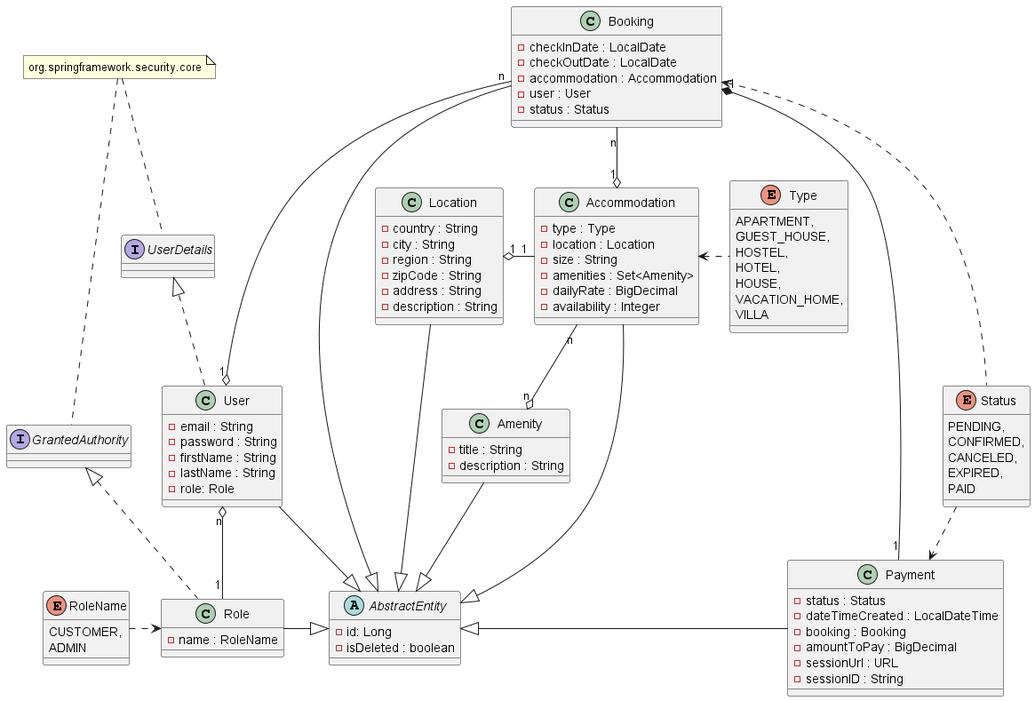
Above: img/diagram-uml.png in yanna-stepanova/AccommodationBookingService (PlantUML), before the change. The source it was exported from:
```plantuml
@startuml

abstract class AbstractEntity {
- id: Long
- isDeleted : boolean
}
interface UserDetails
interface GrantedAuthority

class Accommodation {
- type : Type
- location : Location
- size : String
- amenities : Set<Amenity>
- dailyRate : BigDecimal
- availability : Integer
}

class Location {
- country : String
- city : String
- region : String
- zipCode : String
- address : String
- description : String
}

class Amenity {
- title : String
- description : String
}

class Role {
- name : RoleName
}


class User {
- email : String
- password : String
- firstName : String
- lastName : String
- role: Role
}

class Booking {
- checkInDate : LocalDate
- checkOutDate : LocalDate
- accommodation : Accommodation
- user : User
- status : Status
}

class Payment {
- status : Status
- dateTimeCreated : LocalDateTime
- booking : Booking
- amountToPay : BigDecimal
- sessionUrl : URL
- sessionID : String
}

enum Type {
    APARTMENT,
    GUEST_HOUSE,
    HOSTEL,
    HOTEL,
    HOUSE,
    VACATION_HOME,
    VILLA
}

enum RoleName {
    CUSTOMER,
    ADMIN
}

enum Status {
    PENDING,
    CONFIRMED,
    CANCELED,
    EXPIRED,
    PAID
}

note "org.springframework.security.core" as MyNote
MyNote .. UserDetails
MyNote .. GrantedAuthority

UserDetails <|.. User
GrantedAuthority <|.. Role

Booking --|> AbstractEntity
User -|> AbstractEntity
Role -|> AbstractEntity
Accommodation --|> AbstractEntity
Location --|> AbstractEntity
AbstractEntity <|- Payment
Amenity --|> AbstractEntity

User "n" o-- "1" Role
Booking "n" --o "1" User
Location "1" o- "1" Accommodation
Accommodation "n" --o "n" Amenity
Booking "n" --o "1" Accommodation
Booking "1" *-- "1" Payment

RoleName .> Role
Accommodation <. Type
Booking <. Status
Status ..> Payment

@enduml
```
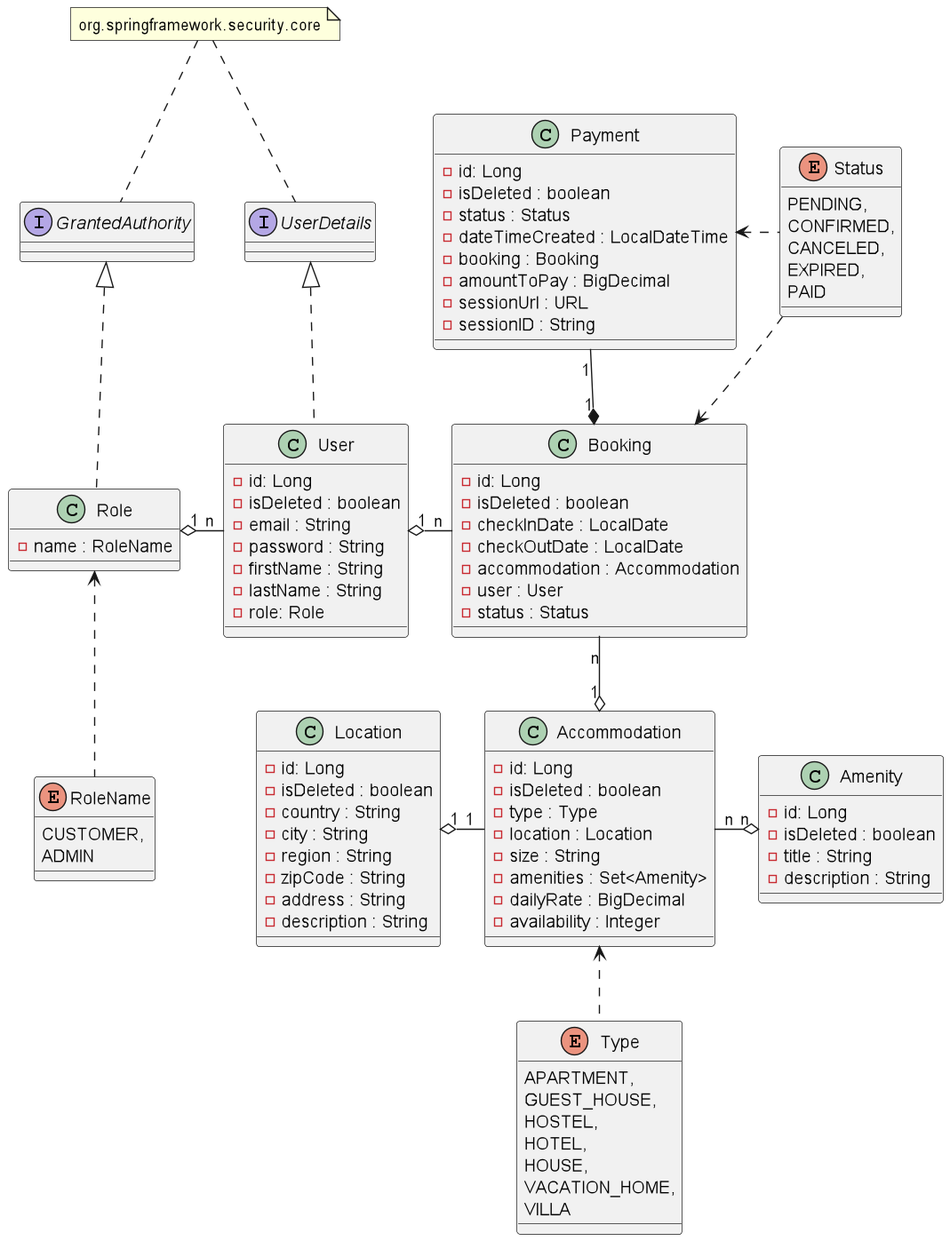
The same diagram one commit later.

Commit message:
checked model and uml-diagram + README.md

The edit, as a diff of the source:
```diff
@@ -1,13 +1,11 @@
 @startuml
 
-abstract class AbstractEntity {
-- id: Long
-- isDeleted : boolean
-}
 interface UserDetails
 interface GrantedAuthority
 
 class Accommodation {
+- id: Long
+- isDeleted : boolean
 - type : Type
 - location : Location
 - size : String
@@ -17,6 +15,8 @@
 }
 
 class Location {
+- id: Long
+- isDeleted : boolean
 - country : String
 - city : String
 - region : String
@@ -26,6 +26,8 @@
 }
 
 class Amenity {
+- id: Long
+- isDeleted : boolean
 - title : String
 - description : String
 }
@@ -36,6 +38,8 @@
 
 
 class User {
+- id: Long
+- isDeleted : boolean
 - email : String
 - password : String
 - firstName : String
@@ -44,6 +48,8 @@
 }
 
 class Booking {
+- id: Long
+- isDeleted : boolean
 - checkInDate : LocalDate
 - checkOutDate : LocalDate
 - accommodation : Accommodation
@@ -52,6 +58,8 @@
 }
 
 class Payment {
+- id: Long
+- isDeleted : boolean
 - status : Status
 - dateTimeCreated : LocalDateTime
 - booking : Booking
@@ -90,24 +98,17 @@
 UserDetails <|.. User
 GrantedAuthority <|.. Role
 
-Booking --|> AbstractEntity
-User -|> AbstractEntity
-Role -|> AbstractEntity
-Accommodation --|> AbstractEntity
-Location --|> AbstractEntity
-AbstractEntity <|- Payment
-Amenity --|> AbstractEntity
+Role "1" o- "n" User
+User "1" o- "n" Booking
+Location "1" o- "1" Accommodation
+Accommodation "n" -o "n" Amenity
+Booking "n" --o "1" Accommodation
+Payment "1" --* "1" Booking
 
-User "n" o-- "1" Role
-Booking "n" --o "1" User
-Location "1" o- "1" Accommodation
-Accommodation "n" --o "n" Amenity
-Booking "n" --o "1" Accommodation
-Booking "1" *-- "1" Payment
+Role <.. RoleName
+Accommodation <.. Type
+Payment <. Status
+Status ..> Booking
 
-RoleName .> Role
-Accommodation <. Type
-Booking <. Status
-Status ..> Payment
 
 @enduml
```
